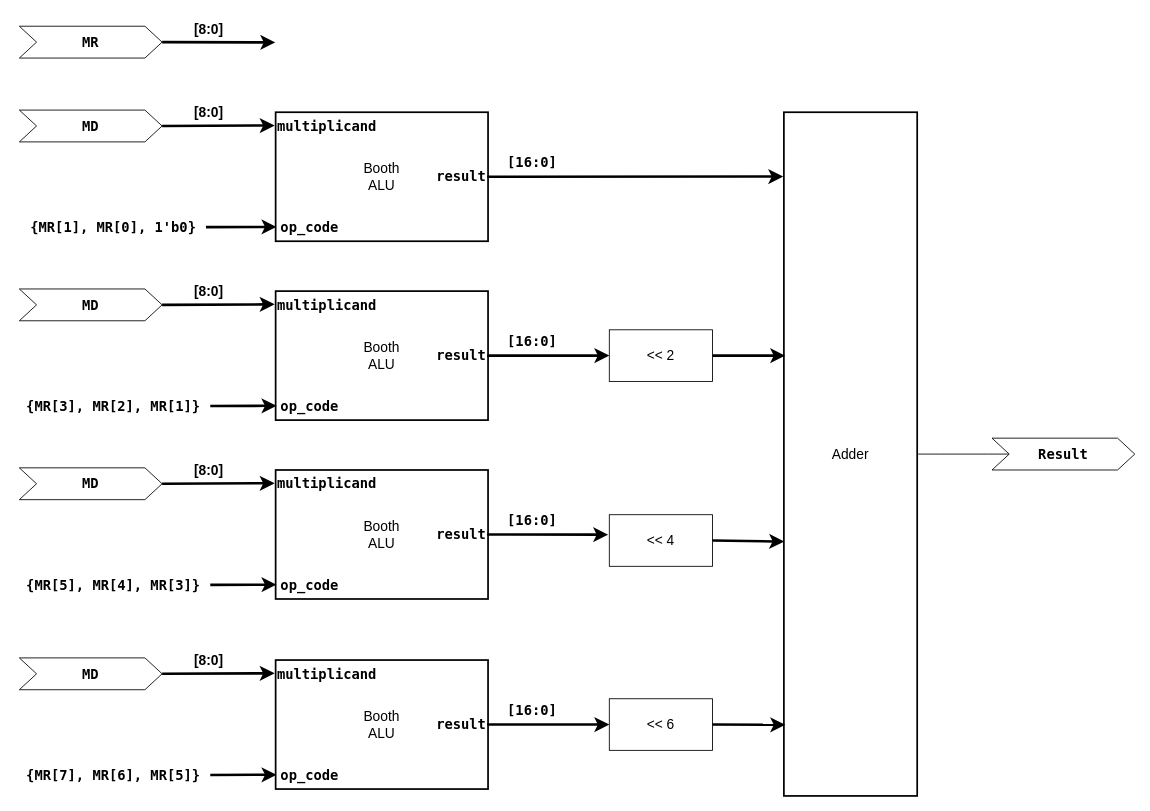
This is page "Booth" (3 of 3) of diagrams/Top Level/modem_V2.drawio from OmarAmer01/DCSK, a draw.io file, before an edit. Source tidied: cells renumbered, new cells numbered last; positions are measured from the earlier drawing's top-left corner, leaving out a move shared by most shapes. Both pictures are drawn from the tidied source at 86%, with x=0, y=0 at pixel (15, 15).
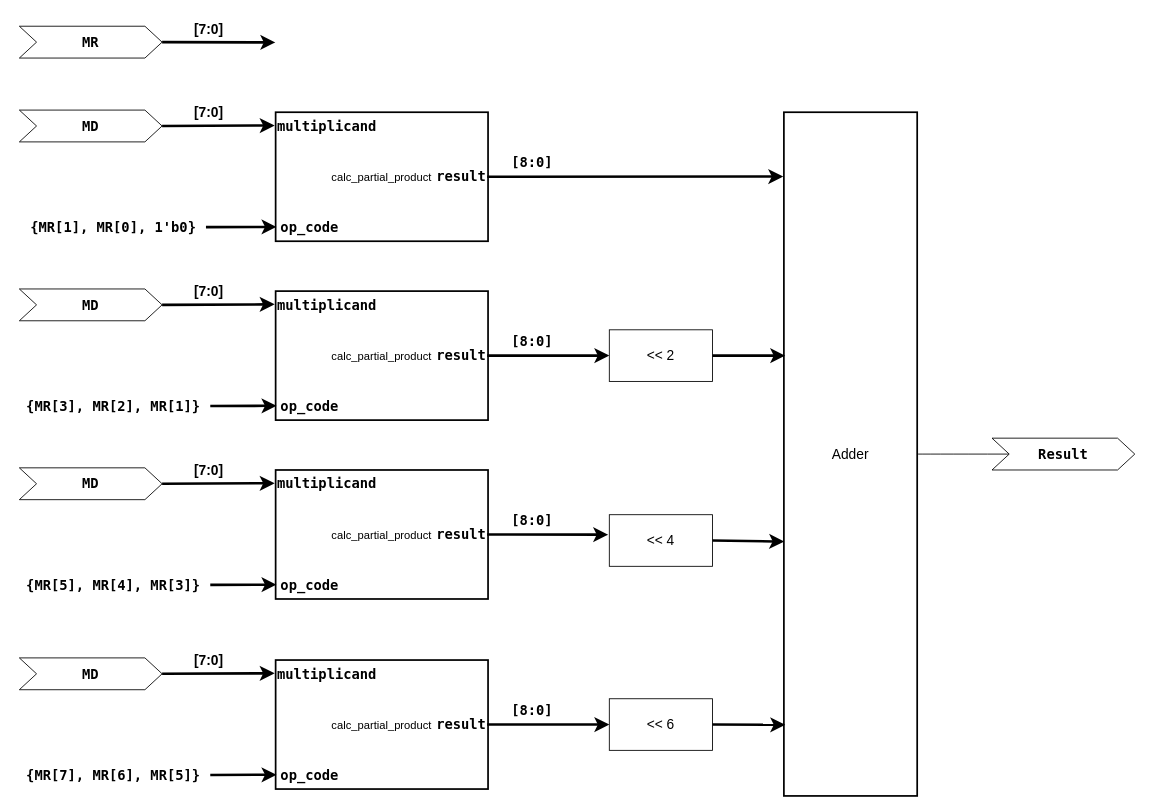
The same page after the edit.

Change to the diagram source:
```diff
@@
-    <mxCell id="2" value="Booth&lt;br&gt;ALU" style="rounded=0;whiteSpace=wrap;html=1;fontSize=16;strokeWidth=2;" parent="1" vertex="1">
+    <mxCell id="2" value="&lt;font style=&quot;font-size: 13px;&quot;&gt;calc_partial_product&lt;/font&gt;" style="rounded=0;whiteSpace=wrap;html=1;fontSize=16;strokeWidth=2;" parent="1" vertex="1">
       <mxGeometry x="303" y="113" width="247" height="150" as="geometry" />
     </mxCell>
@@
-    <mxCell id="9" value="&lt;b&gt;[8:0]&lt;/b&gt;" style="text;html=1;align=center;verticalAlign=middle;strokeColor=none;fillColor=none;fontSize=16;" parent="1" vertex="1">
+    <mxCell id="9" value="&lt;b style=&quot;border-color: var(--border-color);&quot;&gt;[7:0]&lt;/b&gt;" style="text;html=1;align=center;verticalAlign=middle;strokeColor=none;fillColor=none;fontSize=16;" parent="1" vertex="1">
       <mxGeometry x="199" y="97" width="52" height="31" as="geometry" />
     </mxCell>
-    <mxCell id="10" value="&lt;b&gt;[8:0]&lt;/b&gt;" style="text;html=1;align=center;verticalAlign=middle;strokeColor=none;fillColor=none;fontSize=16;" parent="1" vertex="1">
+    <mxCell id="10" value="&lt;b&gt;[7:0]&lt;/b&gt;" style="text;html=1;align=center;verticalAlign=middle;strokeColor=none;fillColor=none;fontSize=16;" parent="1" vertex="1">
       <mxGeometry x="199" width="52" height="31" as="geometry" />
     </mxCell>
@@
-    <mxCell id="14" value="&lt;b&gt;&lt;font face=&quot;Lucida Console&quot;&gt;[16:0]&lt;/font&gt;&lt;/b&gt;" style="text;html=1;align=center;verticalAlign=middle;strokeColor=none;fillColor=none;fontSize=16;" parent="1" vertex="1">
-      <mxGeometry x="562" y="155" width="78" height="32" as="geometry" />
+    <mxCell id="14" value="&lt;b&gt;&lt;font face=&quot;Lucida Console&quot;&gt;[8:0]&lt;/font&gt;&lt;/b&gt;" style="text;html=1;align=center;verticalAlign=middle;strokeColor=none;fillColor=none;fontSize=16;" parent="1" vertex="1">
+      <mxGeometry x="567" y="155" width="68" height="32" as="geometry" />
     </mxCell>
-    <mxCell id="15" value="Booth&lt;br&gt;ALU" style="rounded=0;whiteSpace=wrap;html=1;fontSize=16;strokeWidth=2;" parent="1" vertex="1">
+    <mxCell id="15" value="&lt;font style=&quot;font-size: 13px;&quot;&gt;calc_partial_product&lt;/font&gt;" style="rounded=0;whiteSpace=wrap;html=1;fontSize=16;strokeWidth=2;" parent="1" vertex="1">
       <mxGeometry x="303" y="321" width="247" height="150" as="geometry" />
     </mxCell>
@@
-    <mxCell id="20" value="&lt;b&gt;[8:0]&lt;/b&gt;" style="text;html=1;align=center;verticalAlign=middle;strokeColor=none;fillColor=none;fontSize=16;" parent="1" vertex="1">
+    <mxCell id="20" value="&lt;b style=&quot;border-color: var(--border-color);&quot;&gt;[7:0]&lt;/b&gt;" style="text;html=1;align=center;verticalAlign=middle;strokeColor=none;fillColor=none;fontSize=16;" parent="1" vertex="1">
       <mxGeometry x="199" y="305" width="52" height="31" as="geometry" />
     </mxCell>
@@
-    <mxCell id="25" value="&lt;b&gt;&lt;font face=&quot;Lucida Console&quot;&gt;[16:0]&lt;/font&gt;&lt;/b&gt;" style="text;html=1;align=center;verticalAlign=middle;strokeColor=none;fillColor=none;fontSize=16;" parent="1" vertex="1">
-      <mxGeometry x="562" y="363" width="78" height="32" as="geometry" />
+    <mxCell id="25" value="&lt;b style=&quot;border-color: var(--border-color);&quot;&gt;&lt;font style=&quot;border-color: var(--border-color);&quot; face=&quot;Lucida Console&quot;&gt;[8:0]&lt;/font&gt;&lt;/b&gt;" style="text;html=1;align=center;verticalAlign=middle;strokeColor=none;fillColor=none;fontSize=16;" parent="1" vertex="1">
+      <mxGeometry x="567" y="363" width="68" height="32" as="geometry" />
     </mxCell>
-    <mxCell id="26" value="Booth&lt;br&gt;ALU" style="rounded=0;whiteSpace=wrap;html=1;fontSize=16;strokeWidth=2;" parent="1" vertex="1">
+    <mxCell id="26" value="&lt;font style=&quot;font-size: 13px;&quot;&gt;calc_partial_product&lt;/font&gt;" style="rounded=0;whiteSpace=wrap;html=1;fontSize=16;strokeWidth=2;" parent="1" vertex="1">
       <mxGeometry x="303" y="529" width="247" height="150" as="geometry" />
     </mxCell>
@@
-    <mxCell id="31" value="&lt;b&gt;[8:0]&lt;/b&gt;" style="text;html=1;align=center;verticalAlign=middle;strokeColor=none;fillColor=none;fontSize=16;" parent="1" vertex="1">
+    <mxCell id="31" value="&lt;b style=&quot;border-color: var(--border-color);&quot;&gt;[7:0]&lt;/b&gt;" style="text;html=1;align=center;verticalAlign=middle;strokeColor=none;fillColor=none;fontSize=16;" parent="1" vertex="1">
       <mxGeometry x="199" y="513" width="52" height="31" as="geometry" />
     </mxCell>
@@
-    <mxCell id="35" value="&lt;b&gt;&lt;font face=&quot;Lucida Console&quot;&gt;[16:0]&lt;/font&gt;&lt;/b&gt;" style="text;html=1;align=center;verticalAlign=middle;strokeColor=none;fillColor=none;fontSize=16;" parent="1" vertex="1">
-      <mxGeometry x="562" y="571" width="78" height="32" as="geometry" />
+    <mxCell id="35" value="&lt;b style=&quot;border-color: var(--border-color);&quot;&gt;&lt;font style=&quot;border-color: var(--border-color);&quot; face=&quot;Lucida Console&quot;&gt;[8:0]&lt;/font&gt;&lt;/b&gt;" style="text;html=1;align=center;verticalAlign=middle;strokeColor=none;fillColor=none;fontSize=16;" parent="1" vertex="1">
+      <mxGeometry x="567" y="571" width="68" height="32" as="geometry" />
     </mxCell>
-    <mxCell id="36" value="Booth&lt;br&gt;ALU" style="rounded=0;whiteSpace=wrap;html=1;fontSize=16;strokeWidth=2;" parent="1" vertex="1">
+    <mxCell id="36" value="&lt;font style=&quot;font-size: 13px;&quot;&gt;calc_partial_product&lt;/font&gt;" style="rounded=0;whiteSpace=wrap;html=1;fontSize=16;strokeWidth=2;" parent="1" vertex="1">
       <mxGeometry x="303" y="750" width="247" height="150" as="geometry" />
     </mxCell>
@@
-    <mxCell id="41" value="&lt;b&gt;[8:0]&lt;/b&gt;" style="text;html=1;align=center;verticalAlign=middle;strokeColor=none;fillColor=none;fontSize=16;" parent="1" vertex="1">
+    <mxCell id="41" value="&lt;b style=&quot;border-color: var(--border-color);&quot;&gt;[7:0]&lt;/b&gt;" style="text;html=1;align=center;verticalAlign=middle;strokeColor=none;fillColor=none;fontSize=16;" parent="1" vertex="1">
       <mxGeometry x="199" y="734" width="52" height="31" as="geometry" />
     </mxCell>
@@
-    <mxCell id="46" value="&lt;b&gt;&lt;font face=&quot;Lucida Console&quot;&gt;[16:0]&lt;/font&gt;&lt;/b&gt;" style="text;html=1;align=center;verticalAlign=middle;strokeColor=none;fillColor=none;fontSize=16;" parent="1" vertex="1">
-      <mxGeometry x="562" y="792" width="78" height="32" as="geometry" />
+    <mxCell id="46" value="&lt;b style=&quot;border-color: var(--border-color);&quot;&gt;&lt;font style=&quot;border-color: var(--border-color);&quot; face=&quot;Lucida Console&quot;&gt;[8:0]&lt;/font&gt;&lt;/b&gt;" style="text;html=1;align=center;verticalAlign=middle;strokeColor=none;fillColor=none;fontSize=16;" parent="1" vertex="1">
+      <mxGeometry x="567" y="792" width="68" height="32" as="geometry" />
     </mxCell>
```
